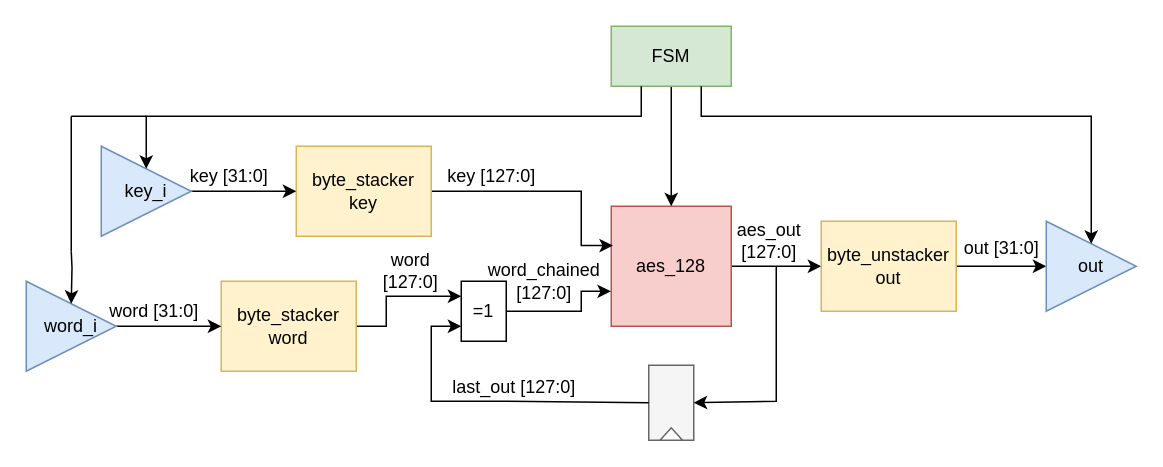
The draw.io diagram doc/figures/hwpe_aes_update.drawio in sevjaeg/hwpe-aes, before the edit. Source tidied: cells renumbered, new cells numbered last; positions are measured from the earlier drawing's top-left corner, leaving out a move shared by most shapes. Both pictures are drawn from the tidied source at 150%, with x=0, y=0 at pixel (26, 26).
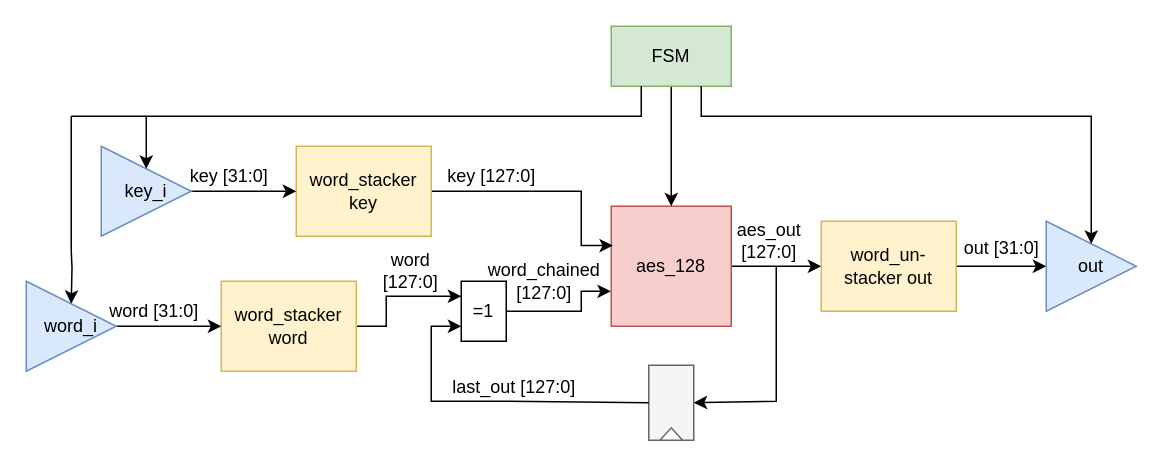
The same diagram, later.

Change to the diagram source:
```diff
@@
-    <mxCell id="5" value="byte_stacker key" style="rounded=0;whiteSpace=wrap;html=1;fillColor=#fff2cc;strokeColor=#d6b656;" parent="1" vertex="1">
+    <mxCell id="5" value="word_stacker key" style="rounded=0;whiteSpace=wrap;html=1;fillColor=#fff2cc;strokeColor=#d6b656;" parent="1" vertex="1">
       <mxGeometry x="180" y="80" width="90" height="60" as="geometry" />
     </mxCell>
@@
-    <mxCell id="7" value="byte_stacker word" style="rounded=0;whiteSpace=wrap;html=1;fillColor=#fff2cc;strokeColor=#d6b656;" parent="1" vertex="1">
+    <mxCell id="7" value="word_stacker word" style="rounded=0;whiteSpace=wrap;html=1;fillColor=#fff2cc;strokeColor=#d6b656;" parent="1" vertex="1">
       <mxGeometry x="130" y="170" width="90" height="60" as="geometry" />
     </mxCell>
@@
-    <mxCell id="16" value="byte_unstacker out" style="rounded=0;whiteSpace=wrap;html=1;fillColor=#fff2cc;strokeColor=#d6b656;" parent="1" vertex="1">
+    <mxCell id="16" value="word_un-stacker out" style="rounded=0;whiteSpace=wrap;html=1;fillColor=#fff2cc;strokeColor=#d6b656;" parent="1" vertex="1">
       <mxGeometry x="530" y="130" width="90" height="60" as="geometry" />
     </mxCell>
```
